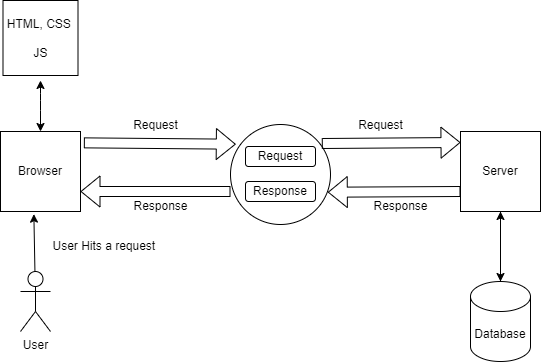
Earlier version of the draw.io export Day2/urls_Views.drawio.png (Abdullah-Niaz/Django-Learning). Source tidied: cells renumbered, new cells last; positions are measured from the earlier drawing's top-left corner, leaving out a move shared by most shapes. Its diagram source:
```xml
<mxGraphModel>
  <root>
    <mxCell id="0" />
    <mxCell id="1" parent="0" />
    <mxCell id="2" value="Browser" style="whiteSpace=wrap;html=1;" parent="1" vertex="1">
      <mxGeometry y="131" width="80" height="80" as="geometry" />
    </mxCell>
    <mxCell id="3" style="edgeStyle=none;html=1;entryX=0.5;entryY=0;entryDx=0;entryDy=0;entryPerimeter=0;" parent="1" edge="1" source="4" target="17">
      <mxGeometry relative="1" as="geometry" />
    </mxCell>
    <mxCell id="4" value="Server" style="whiteSpace=wrap;html=1;" parent="1" vertex="1">
      <mxGeometry x="460" y="131" width="80" height="80" as="geometry" />
    </mxCell>
    <mxCell id="5" style="ellipse;whiteSpace=wrap;html=1;" parent="1" vertex="1">
      <mxGeometry x="230" y="124" width="100" height="100" as="geometry" />
    </mxCell>
    <mxCell id="6" style="shape=flexArrow;endArrow=classic;html=1;exitX=1.042;exitY=0.142;exitDx=0;exitDy=0;exitPerimeter=0;entryX=0.053;entryY=0.227;entryDx=0;entryDy=0;entryPerimeter=0;" parent="1" edge="1" source="2">
      <mxGeometry relative="1" as="geometry">
        <mxPoint x="235.3" y="143.7" as="targetPoint" />
      </mxGeometry>
    </mxCell>
    <mxCell id="7" style="shape=flexArrow;endArrow=classic;html=1;exitX=0.913;exitY=0.22;exitDx=0;exitDy=0;exitPerimeter=0;" parent="1" edge="1">
      <mxGeometry relative="1" as="geometry">
        <mxPoint x="321.3" y="143" as="sourcePoint" />
        <mxPoint x="460" y="142" as="targetPoint" />
      </mxGeometry>
    </mxCell>
    <mxCell id="8" style="shape=flexArrow;endArrow=classic;html=1;exitX=0;exitY=0.75;exitDx=0;exitDy=0;entryX=0.973;entryY=0.707;entryDx=0;entryDy=0;entryPerimeter=0;" parent="1" edge="1" source="4">
      <mxGeometry relative="1" as="geometry">
        <mxPoint x="327.3" y="191.7" as="targetPoint" />
      </mxGeometry>
    </mxCell>
    <mxCell id="9" style="shape=flexArrow;endArrow=classic;html=1;entryX=1;entryY=0.75;entryDx=0;entryDy=0;" parent="1" edge="1" target="2">
      <mxGeometry relative="1" as="geometry">
        <mxPoint x="230" y="191" as="sourcePoint" />
      </mxGeometry>
    </mxCell>
    <mxCell id="10" value="Request" style="text;html=1;align=center;verticalAlign=middle;strokeColor=none;fillColor=none;" parent="1" vertex="1">
      <mxGeometry x="120" y="110" width="70" height="30" as="geometry" />
    </mxCell>
    <mxCell id="11" value="Request" style="text;html=1;align=center;verticalAlign=middle;strokeColor=none;fillColor=none;" parent="1" vertex="1">
      <mxGeometry x="345" y="110" width="70" height="30" as="geometry" />
    </mxCell>
    <mxCell id="12" value="Response" style="text;html=1;align=center;verticalAlign=middle;strokeColor=none;fillColor=none;" parent="1" vertex="1">
      <mxGeometry x="360" y="191" width="80" height="30" as="geometry" />
    </mxCell>
    <mxCell id="13" value="Response" style="text;html=1;align=center;verticalAlign=middle;strokeColor=none;fillColor=none;" parent="1" vertex="1">
      <mxGeometry x="120" y="191" width="80" height="30" as="geometry" />
    </mxCell>
    <mxCell id="14" value="Request" style="rounded=1;whiteSpace=wrap;html=1;" parent="1" vertex="1">
      <mxGeometry x="245" y="146" width="70" height="20" as="geometry" />
    </mxCell>
    <mxCell id="15" value="Response" style="rounded=1;whiteSpace=wrap;html=1;" parent="1" vertex="1">
      <mxGeometry x="245" y="181" width="70" height="20" as="geometry" />
    </mxCell>
    <mxCell id="16" style="edgeStyle=none;html=1;entryX=0.5;entryY=1;entryDx=0;entryDy=0;" parent="1" edge="1" source="17" target="4">
      <mxGeometry relative="1" as="geometry" />
    </mxCell>
    <mxCell id="17" value="Database" style="shape=cylinder3;whiteSpace=wrap;html=1;boundedLbl=1;backgroundOutline=1;size=15;" parent="1" vertex="1">
      <mxGeometry x="470" y="281" width="60" height="80" as="geometry" />
    </mxCell>
    <mxCell id="18" style="edgeStyle=none;html=1;entryX=0.417;entryY=1.033;entryDx=0;entryDy=0;entryPerimeter=0;" parent="1" edge="1" source="19" target="2">
      <mxGeometry relative="1" as="geometry" />
    </mxCell>
    <mxCell id="19" value="User" style="shape=umlActor;verticalLabelPosition=bottom;verticalAlign=top;html=1;outlineConnect=0;" parent="1" vertex="1">
      <mxGeometry x="20" y="271" width="30" height="60" as="geometry" />
    </mxCell>
    <mxCell id="20" value="User Hits a request&amp;nbsp;" style="text;html=1;align=center;verticalAlign=middle;strokeColor=none;fillColor=none;" parent="1" vertex="1">
      <mxGeometry x="40" y="231" width="130" height="30" as="geometry" />
    </mxCell>
    <mxCell id="21" value="HTML, CSS&amp;nbsp;&lt;br&gt;&lt;br&gt;JS" style="whiteSpace=wrap;html=1;" parent="1" vertex="1">
      <mxGeometry x="2.5" width="75" height="75" as="geometry" />
    </mxCell>
    <mxCell id="22" style="endArrow=classic;startArrow=classic;html=1;" parent="1" edge="1" source="2">
      <mxGeometry relative="1" as="geometry">
        <mxPoint x="40" y="80" as="targetPoint" />
        <Array as="points">
          <mxPoint x="40" y="100" />
        </Array>
      </mxGeometry>
    </mxCell>
  </root>
</mxGraphModel>
```
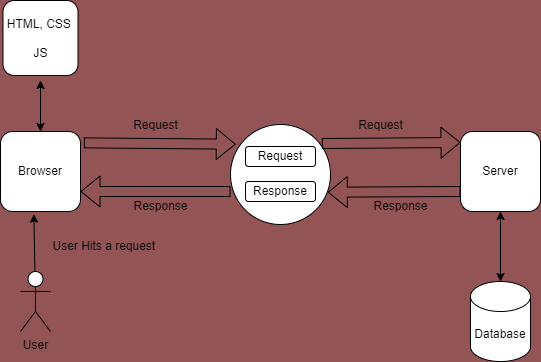
After the commit.

The edit, as a diff of the source:
```diff
@@ -1,50 +1,50 @@
-<mxGraphModel>
+<mxGraphModel background="#925454">
   <root>
     <mxCell id="0" />
     <mxCell id="1" parent="0" />
-    <mxCell id="2" value="Browser" style="whiteSpace=wrap;html=1;" parent="1" vertex="1">
+    <mxCell id="2" value="Browser" style="whiteSpace=wrap;html=1;rounded=1;" parent="1" vertex="1">
       <mxGeometry y="131" width="80" height="80" as="geometry" />
     </mxCell>
-    <mxCell id="3" style="edgeStyle=none;html=1;entryX=0.5;entryY=0;entryDx=0;entryDy=0;entryPerimeter=0;" parent="1" edge="1" source="4" target="17">
+    <mxCell id="3" style="edgeStyle=none;html=1;entryX=0.5;entryY=0;entryDx=0;entryDy=0;entryPerimeter=0;rounded=1;" parent="1" edge="1" source="4" target="17">
       <mxGeometry relative="1" as="geometry" />
     </mxCell>
-    <mxCell id="4" value="Server" style="whiteSpace=wrap;html=1;" parent="1" vertex="1">
+    <mxCell id="4" value="Server" style="whiteSpace=wrap;html=1;rounded=1;" parent="1" vertex="1">
       <mxGeometry x="460" y="131" width="80" height="80" as="geometry" />
     </mxCell>
-    <mxCell id="5" style="ellipse;whiteSpace=wrap;html=1;" parent="1" vertex="1">
+    <mxCell id="5" style="ellipse;whiteSpace=wrap;html=1;rounded=1;" parent="1" vertex="1">
       <mxGeometry x="230" y="124" width="100" height="100" as="geometry" />
     </mxCell>
-    <mxCell id="6" style="shape=flexArrow;endArrow=classic;html=1;exitX=1.042;exitY=0.142;exitDx=0;exitDy=0;exitPerimeter=0;entryX=0.053;entryY=0.227;entryDx=0;entryDy=0;entryPerimeter=0;" parent="1" edge="1" source="2">
+    <mxCell id="6" style="shape=flexArrow;endArrow=classic;html=1;exitX=1.042;exitY=0.142;exitDx=0;exitDy=0;exitPerimeter=0;entryX=0.053;entryY=0.227;entryDx=0;entryDy=0;entryPerimeter=0;rounded=1;" parent="1" edge="1" source="2">
       <mxGeometry relative="1" as="geometry">
         <mxPoint x="235.3" y="143.7" as="targetPoint" />
       </mxGeometry>
     </mxCell>
-    <mxCell id="7" style="shape=flexArrow;endArrow=classic;html=1;exitX=0.913;exitY=0.22;exitDx=0;exitDy=0;exitPerimeter=0;" parent="1" edge="1">
+    <mxCell id="7" style="shape=flexArrow;endArrow=classic;html=1;exitX=0.913;exitY=0.22;exitDx=0;exitDy=0;exitPerimeter=0;rounded=1;" parent="1" edge="1">
       <mxGeometry relative="1" as="geometry">
         <mxPoint x="321.3" y="143" as="sourcePoint" />
         <mxPoint x="460" y="142" as="targetPoint" />
       </mxGeometry>
     </mxCell>
-    <mxCell id="8" style="shape=flexArrow;endArrow=classic;html=1;exitX=0;exitY=0.75;exitDx=0;exitDy=0;entryX=0.973;entryY=0.707;entryDx=0;entryDy=0;entryPerimeter=0;" parent="1" edge="1" source="4">
+    <mxCell id="8" style="shape=flexArrow;endArrow=classic;html=1;exitX=0;exitY=0.75;exitDx=0;exitDy=0;entryX=0.973;entryY=0.707;entryDx=0;entryDy=0;entryPerimeter=0;rounded=1;" parent="1" edge="1" source="4">
       <mxGeometry relative="1" as="geometry">
         <mxPoint x="327.3" y="191.7" as="targetPoint" />
       </mxGeometry>
     </mxCell>
-    <mxCell id="9" style="shape=flexArrow;endArrow=classic;html=1;entryX=1;entryY=0.75;entryDx=0;entryDy=0;" parent="1" edge="1" target="2">
+    <mxCell id="9" style="shape=flexArrow;endArrow=classic;html=1;entryX=1;entryY=0.75;entryDx=0;entryDy=0;rounded=1;" parent="1" edge="1" target="2">
       <mxGeometry relative="1" as="geometry">
         <mxPoint x="230" y="191" as="sourcePoint" />
       </mxGeometry>
     </mxCell>
-    <mxCell id="10" value="Request" style="text;html=1;align=center;verticalAlign=middle;strokeColor=none;fillColor=none;" parent="1" vertex="1">
+    <mxCell id="10" value="Request" style="text;html=1;align=center;verticalAlign=middle;strokeColor=none;fillColor=none;rounded=1;" parent="1" vertex="1">
       <mxGeometry x="120" y="110" width="70" height="30" as="geometry" />
     </mxCell>
-    <mxCell id="11" value="Request" style="text;html=1;align=center;verticalAlign=middle;strokeColor=none;fillColor=none;" parent="1" vertex="1">
+    <mxCell id="11" value="Request" style="text;html=1;align=center;verticalAlign=middle;strokeColor=none;fillColor=none;rounded=1;" parent="1" vertex="1">
       <mxGeometry x="345" y="110" width="70" height="30" as="geometry" />
     </mxCell>
-    <mxCell id="12" value="Response" style="text;html=1;align=center;verticalAlign=middle;strokeColor=none;fillColor=none;" parent="1" vertex="1">
+    <mxCell id="12" value="Response" style="text;html=1;align=center;verticalAlign=middle;strokeColor=none;fillColor=none;rounded=1;" parent="1" vertex="1">
       <mxGeometry x="360" y="191" width="80" height="30" as="geometry" />
     </mxCell>
-    <mxCell id="13" value="Response" style="text;html=1;align=center;verticalAlign=middle;strokeColor=none;fillColor=none;" parent="1" vertex="1">
+    <mxCell id="13" value="Response" style="text;html=1;align=center;verticalAlign=middle;strokeColor=none;fillColor=none;rounded=1;" parent="1" vertex="1">
       <mxGeometry x="120" y="191" width="80" height="30" as="geometry" />
     </mxCell>
     <mxCell id="14" value="Request" style="rounded=1;whiteSpace=wrap;html=1;" parent="1" vertex="1">
@@ -53,25 +53,25 @@
     <mxCell id="15" value="Response" style="rounded=1;whiteSpace=wrap;html=1;" parent="1" vertex="1">
       <mxGeometry x="245" y="181" width="70" height="20" as="geometry" />
     </mxCell>
-    <mxCell id="16" style="edgeStyle=none;html=1;entryX=0.5;entryY=1;entryDx=0;entryDy=0;" parent="1" edge="1" source="17" target="4">
+    <mxCell id="16" style="edgeStyle=none;html=1;entryX=0.5;entryY=1;entryDx=0;entryDy=0;rounded=1;" parent="1" edge="1" source="17" target="4">
       <mxGeometry relative="1" as="geometry" />
     </mxCell>
-    <mxCell id="17" value="Database" style="shape=cylinder3;whiteSpace=wrap;html=1;boundedLbl=1;backgroundOutline=1;size=15;" parent="1" vertex="1">
+    <mxCell id="17" value="Database" style="shape=cylinder3;whiteSpace=wrap;html=1;boundedLbl=1;backgroundOutline=1;size=15;rounded=1;" parent="1" vertex="1">
       <mxGeometry x="470" y="281" width="60" height="80" as="geometry" />
     </mxCell>
-    <mxCell id="18" style="edgeStyle=none;html=1;entryX=0.417;entryY=1.033;entryDx=0;entryDy=0;entryPerimeter=0;" parent="1" edge="1" source="19" target="2">
+    <mxCell id="18" style="edgeStyle=none;html=1;entryX=0.417;entryY=1.033;entryDx=0;entryDy=0;entryPerimeter=0;rounded=1;" parent="1" edge="1" source="19" target="2">
       <mxGeometry relative="1" as="geometry" />
     </mxCell>
-    <mxCell id="19" value="User" style="shape=umlActor;verticalLabelPosition=bottom;verticalAlign=top;html=1;outlineConnect=0;" parent="1" vertex="1">
+    <mxCell id="19" value="User" style="shape=umlActor;verticalLabelPosition=bottom;verticalAlign=top;html=1;outlineConnect=0;rounded=1;" parent="1" vertex="1">
       <mxGeometry x="20" y="271" width="30" height="60" as="geometry" />
     </mxCell>
-    <mxCell id="20" value="User Hits a request&amp;nbsp;" style="text;html=1;align=center;verticalAlign=middle;strokeColor=none;fillColor=none;" parent="1" vertex="1">
+    <mxCell id="20" value="User Hits a request&amp;nbsp;" style="text;html=1;align=center;verticalAlign=middle;strokeColor=none;fillColor=none;rounded=1;" parent="1" vertex="1">
       <mxGeometry x="40" y="231" width="130" height="30" as="geometry" />
     </mxCell>
-    <mxCell id="21" value="HTML, CSS&amp;nbsp;&lt;br&gt;&lt;br&gt;JS" style="whiteSpace=wrap;html=1;" parent="1" vertex="1">
+    <mxCell id="21" value="HTML, CSS&amp;nbsp;&lt;br&gt;&lt;br&gt;JS" style="whiteSpace=wrap;html=1;rounded=1;" parent="1" vertex="1">
       <mxGeometry x="2.5" width="75" height="75" as="geometry" />
     </mxCell>
-    <mxCell id="22" style="endArrow=classic;startArrow=classic;html=1;" parent="1" edge="1" source="2">
+    <mxCell id="22" style="endArrow=classic;startArrow=classic;html=1;rounded=1;" parent="1" edge="1" source="2">
       <mxGeometry relative="1" as="geometry">
         <mxPoint x="40" y="80" as="targetPoint" />
         <Array as="points">
```
